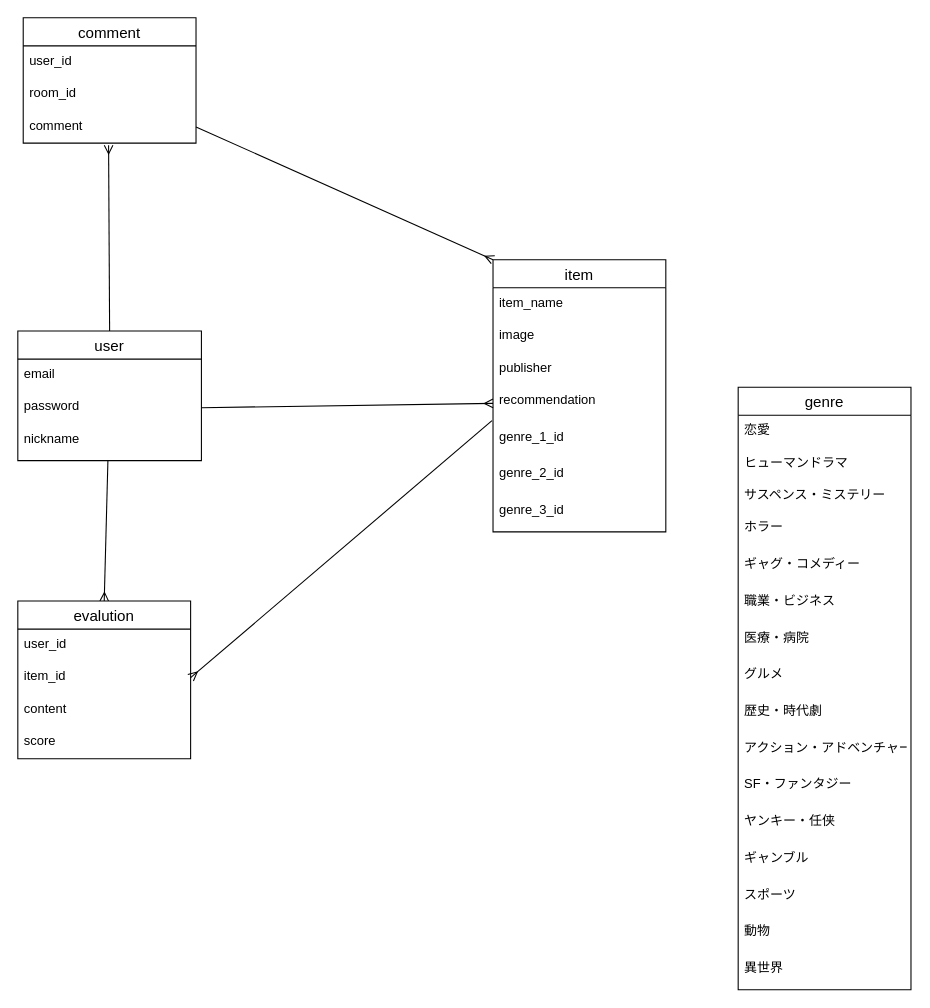
Before: database.dio in oshikubo1201/comic_app, a draw.io diagram. Source tidied: cells renumbered, new cells numbered last; positions are measured from the earlier drawing's top-left corner, leaving out a move shared by most shapes. Both pictures are drawn from the tidied source at 108%, with x=0, y=0 at pixel (17, 17).
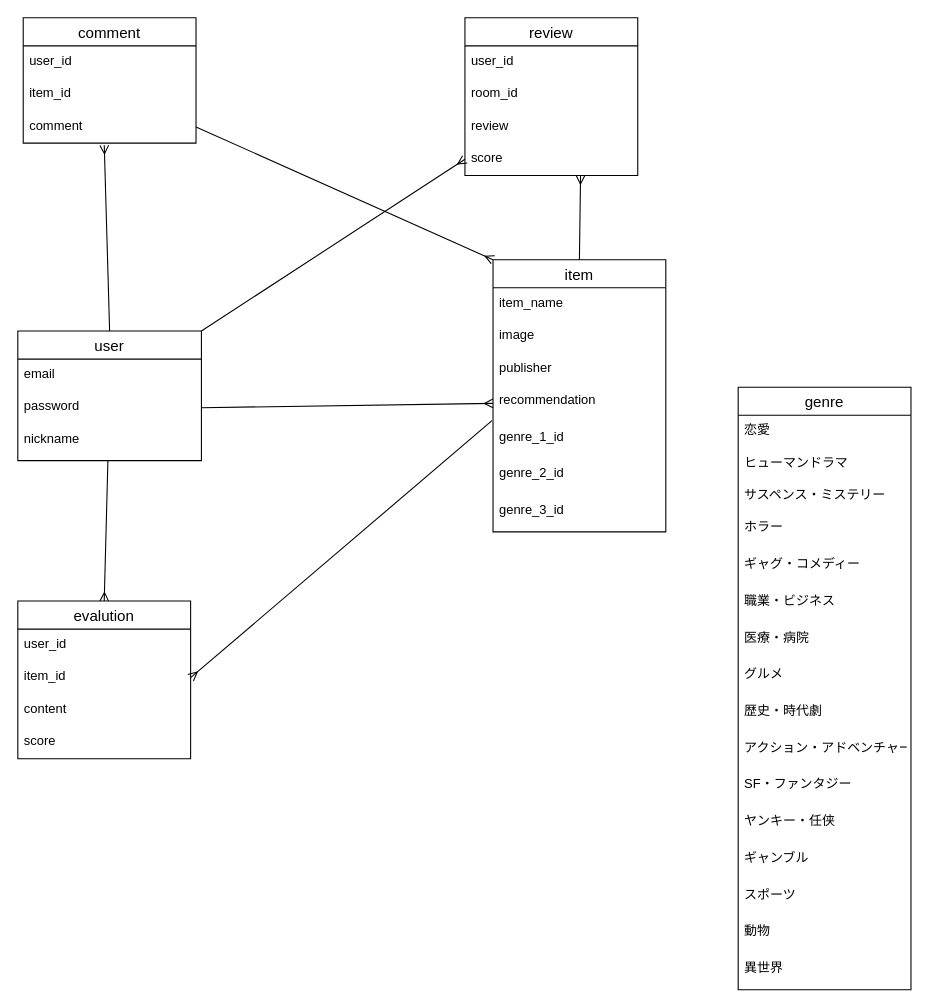
After the change.

Unchanged cells that the change refers to:
```xml
<mxCell id="4" value="user" style="swimlane;fontStyle=0;horizontal=1;startSize=26;align=center;fontSize=14;" parent="1" vertex="1">
  <mxGeometry y="290" width="170" height="120" as="geometry" />
</mxCell>
<mxCell id="8" value="item" style="swimlane;fontStyle=0;horizontal=1;startSize=26;align=center;fontSize=14;" parent="1" vertex="1">
  <mxGeometry x="440" y="224" width="160" height="252" as="geometry" />
</mxCell>
<mxCell id="41" value="comment" style="swimlane;fontStyle=0;horizontal=1;startSize=26;align=center;fontSize=14;" parent="1" vertex="1">
  <mxGeometry x="5" width="160" height="116" as="geometry" />
</mxCell>
<mxCell id="44" value="comment" style="text;strokeColor=none;fillColor=none;spacingLeft=4;spacingRight=4;overflow=hidden;points=[[0,0.5],[1,0.5]];portConstraint=eastwest;fontSize=12;" parent="41" vertex="1">
  <mxGeometry y="86" width="160" height="30" as="geometry" />
</mxCell>
```

Diff of the diagram source:
```diff
@@
-    <mxCell id="3" style="edgeStyle=none;html=1;exitX=0.5;exitY=0;exitDx=0;exitDy=0;entryX=0.494;entryY=1.067;entryDx=0;entryDy=0;entryPerimeter=0;startArrow=none;startFill=0;endArrow=ERmany;endFill=0;" parent="1" edge="1" source="4" target="44">
+    <mxCell id="3" style="edgeStyle=none;html=1;exitX=0.5;exitY=0;exitDx=0;exitDy=0;startArrow=none;startFill=0;endArrow=ERmany;endFill=0;entryX=0.469;entryY=1.067;entryDx=0;entryDy=0;entryPerimeter=0;" parent="1" edge="1" source="4" target="44">
       <mxGeometry relative="1" as="geometry" />
     </mxCell>
+    <mxCell id="46" style="edgeStyle=none;html=1;exitX=1;exitY=0;exitDx=0;exitDy=0;entryX=0;entryY=0.5;entryDx=0;entryDy=0;startArrow=none;startFill=0;endArrow=ERmany;endFill=0;" parent="1" edge="1" source="4" target="52">
+      <mxGeometry relative="1" as="geometry" />
+    </mxCell>
@@
+    <mxCell id="47" style="edgeStyle=none;html=1;exitX=0.5;exitY=0;exitDx=0;exitDy=0;entryX=0.669;entryY=1;entryDx=0;entryDy=0;entryPerimeter=0;startArrow=none;startFill=0;endArrow=ERmany;endFill=0;" parent="1" edge="1" source="8" target="52">
+      <mxGeometry relative="1" as="geometry" />
+    </mxCell>
@@
-    <mxCell id="43" value="room_id" style="text;strokeColor=none;fillColor=none;spacingLeft=4;spacingRight=4;overflow=hidden;fontSize=12;" parent="41" vertex="1">
+    <mxCell id="43" value="item_id" style="text;strokeColor=none;fillColor=none;spacingLeft=4;spacingRight=4;overflow=hidden;fontSize=12;" parent="41" vertex="1">
       <mxGeometry y="56" width="160" height="30" as="geometry" />
     </mxCell>
@@
+    <mxCell id="48" value="review" style="swimlane;fontStyle=0;horizontal=1;startSize=26;align=center;fontSize=14;" parent="1" vertex="1">
+      <mxGeometry x="414" width="160" height="146" as="geometry" />
+    </mxCell>
+    <mxCell id="49" value="user_id" style="text;strokeColor=none;fillColor=none;spacingLeft=4;spacingRight=4;overflow=hidden;fontSize=12;" parent="48" vertex="1">
+      <mxGeometry y="26" width="160" height="30" as="geometry" />
+    </mxCell>
+    <mxCell id="50" value="room_id" style="text;strokeColor=none;fillColor=none;spacingLeft=4;spacingRight=4;overflow=hidden;fontSize=12;" parent="48" vertex="1">
+      <mxGeometry y="56" width="160" height="30" as="geometry" />
+    </mxCell>
+    <mxCell id="51" value="review" style="text;strokeColor=none;fillColor=none;spacingLeft=4;spacingRight=4;overflow=hidden;fontSize=12;" parent="48" vertex="1">
+      <mxGeometry y="86" width="160" height="30" as="geometry" />
+    </mxCell>
+    <mxCell id="52" value="score" style="text;strokeColor=none;fillColor=none;spacingLeft=4;spacingRight=4;overflow=hidden;points=[[0,0.5],[1,0.5]];portConstraint=eastwest;fontSize=12;" parent="48" vertex="1">
+      <mxGeometry y="116" width="160" height="30" as="geometry" />
+    </mxCell>
```
